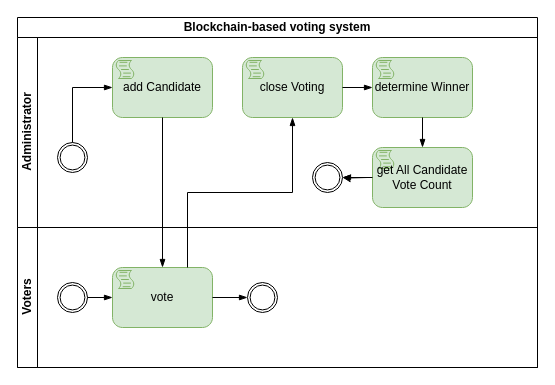
This is Blokchain-Based Voting.drawio from ariesharry/Diagrams, a draw.io file, before an edit. Source tidied: cells renumbered, new cells numbered last; positions are measured from the earlier drawing's top-left corner, leaving out a move shared by most shapes. Both pictures are drawn from the tidied source at 100%, with x=0, y=0 at pixel (17, 17).
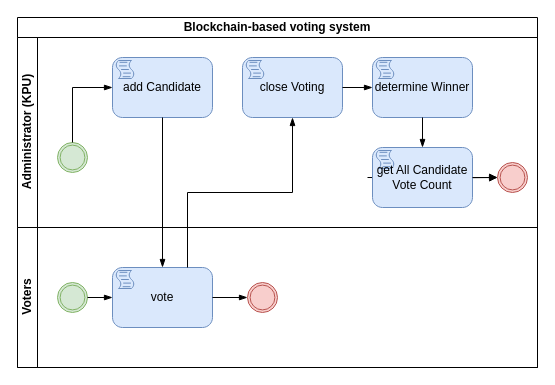
After the change.

Unchanged cells that the change refers to:
```xml
<mxCell id="2" value="Blockchain-based voting system" style="swimlane;html=1;horizontal=1;startSize=20;whiteSpace=wrap;" parent="1" vertex="1">
  <mxGeometry width="520" height="350" as="geometry" />
</mxCell>
<mxCell id="15" value="Voters" style="swimlane;html=1;startSize=20;horizontal=0;" parent="2" vertex="1">
  <mxGeometry y="210" width="520" height="140" as="geometry" />
</mxCell>
```

Diff of the diagram source:
```diff
@@
-    <mxCell id="3" value="Administrator" style="swimlane;html=1;startSize=20;horizontal=0;" parent="2" vertex="1">
+    <mxCell id="3" value="Administrator (KPU)" style="swimlane;html=1;startSize=20;horizontal=0;" parent="2" vertex="1">
       <mxGeometry y="20" width="520" height="190" as="geometry" />
     </mxCell>
-    <mxCell id="4" value="close Voting" style="points=[[0.25,0,0],[0.5,0,0],[0.75,0,0],[1,0.25,0],[1,0.5,0],[1,0.75,0],[0.75,1,0],[0.5,1,0],[0.25,1,0],[0,0.75,0],[0,0.5,0],[0,0.25,0]];shape=mxgraph.bpmn.task;whiteSpace=wrap;rectStyle=rounded;size=10;html=1;taskMarker=script;fillColor=#d5e8d4;strokeColor=#82b366;" parent="3" vertex="1">
+    <mxCell id="4" value="close Voting" style="points=[[0.25,0,0],[0.5,0,0],[0.75,0,0],[1,0.25,0],[1,0.5,0],[1,0.75,0],[0.75,1,0],[0.5,1,0],[0.25,1,0],[0,0.75,0],[0,0.5,0],[0,0.25,0]];shape=mxgraph.bpmn.task;whiteSpace=wrap;rectStyle=rounded;size=10;html=1;taskMarker=script;fillColor=#dae8fc;strokeColor=#6c8ebf;" parent="3" vertex="1">
       <mxGeometry x="225" y="20" width="100" height="60" as="geometry" />
     </mxCell>
-    <mxCell id="5" value="add Candidate" style="points=[[0.25,0,0],[0.5,0,0],[0.75,0,0],[1,0.25,0],[1,0.5,0],[1,0.75,0],[0.75,1,0],[0.5,1,0],[0.25,1,0],[0,0.75,0],[0,0.5,0],[0,0.25,0]];shape=mxgraph.bpmn.task;whiteSpace=wrap;rectStyle=rounded;size=10;html=1;taskMarker=script;fillColor=#d5e8d4;strokeColor=#82b366;" parent="3" vertex="1">
+    <mxCell id="5" value="add Candidate" style="points=[[0.25,0,0],[0.5,0,0],[0.75,0,0],[1,0.25,0],[1,0.5,0],[1,0.75,0],[0.75,1,0],[0.5,1,0],[0.25,1,0],[0,0.75,0],[0,0.5,0],[0,0.25,0]];shape=mxgraph.bpmn.task;whiteSpace=wrap;rectStyle=rounded;size=10;html=1;taskMarker=script;fillColor=#dae8fc;strokeColor=#6c8ebf;" parent="3" vertex="1">
       <mxGeometry x="95" y="20" width="100" height="60" as="geometry" />
     </mxCell>
-    <mxCell id="6" value="determine Winner" style="points=[[0.25,0,0],[0.5,0,0],[0.75,0,0],[1,0.25,0],[1,0.5,0],[1,0.75,0],[0.75,1,0],[0.5,1,0],[0.25,1,0],[0,0.75,0],[0,0.5,0],[0,0.25,0]];shape=mxgraph.bpmn.task;whiteSpace=wrap;rectStyle=rounded;size=10;html=1;taskMarker=script;fillColor=#d5e8d4;strokeColor=#82b366;" parent="3" vertex="1">
+    <mxCell id="6" value="determine Winner" style="points=[[0.25,0,0],[0.5,0,0],[0.75,0,0],[1,0.25,0],[1,0.5,0],[1,0.75,0],[0.75,1,0],[0.5,1,0],[0.25,1,0],[0,0.75,0],[0,0.5,0],[0,0.25,0]];shape=mxgraph.bpmn.task;whiteSpace=wrap;rectStyle=rounded;size=10;html=1;taskMarker=script;fillColor=#dae8fc;strokeColor=#6c8ebf;" parent="3" vertex="1">
       <mxGeometry x="355" y="20" width="100" height="60" as="geometry" />
     </mxCell>
@@
-    <mxCell id="8" value="get All Candidate Vote Count" style="points=[[0.25,0,0],[0.5,0,0],[0.75,0,0],[1,0.25,0],[1,0.5,0],[1,0.75,0],[0.75,1,0],[0.5,1,0],[0.25,1,0],[0,0.75,0],[0,0.5,0],[0,0.25,0]];shape=mxgraph.bpmn.task;rectStyle=rounded;size=10;html=1;taskMarker=script;fillColor=#d5e8d4;strokeColor=#82b366;whiteSpace=wrap;" parent="3" vertex="1">
+    <mxCell id="8" value="get All Candidate Vote Count" style="points=[[0.25,0,0],[0.5,0,0],[0.75,0,0],[1,0.25,0],[1,0.5,0],[1,0.75,0],[0.75,1,0],[0.5,1,0],[0.25,1,0],[0,0.75,0],[0,0.5,0],[0,0.25,0]];shape=mxgraph.bpmn.task;rectStyle=rounded;size=10;html=1;taskMarker=script;fillColor=#dae8fc;strokeColor=#6c8ebf;whiteSpace=wrap;" parent="3" vertex="1">
       <mxGeometry x="355" y="110" width="100" height="60" as="geometry" />
     </mxCell>
-    <mxCell id="9" style="points=[[0.145,0.145,0],[0.5,0,0],[0.855,0.145,0],[1,0.5,0],[0.855,0.855,0],[0.5,1,0],[0.145,0.855,0],[0,0.5,0]];shape=mxgraph.bpmn.event;html=1;verticalLabelPosition=bottom;labelBackgroundColor=#ffffff;verticalAlign=top;align=center;perimeter=ellipsePerimeter;outlineConnect=0;outline=throwing;symbol=general;" parent="3" vertex="1">
+    <mxCell id="9" style="points=[[0.145,0.145,0],[0.5,0,0],[0.855,0.145,0],[1,0.5,0],[0.855,0.855,0],[0.5,1,0],[0.145,0.855,0],[0,0.5,0]];shape=mxgraph.bpmn.event;html=1;verticalLabelPosition=bottom;labelBackgroundColor=#ffffff;verticalAlign=top;align=center;perimeter=ellipsePerimeter;outlineConnect=0;outline=throwing;symbol=general;fillColor=#d5e8d4;strokeColor=#82b366;" parent="3" vertex="1">
       <mxGeometry x="40" y="105" width="30" height="30" as="geometry" />
     </mxCell>
-    <mxCell id="10" style="points=[[0.145,0.145,0],[0.5,0,0],[0.855,0.145,0],[1,0.5,0],[0.855,0.855,0],[0.5,1,0],[0.145,0.855,0],[0,0.5,0]];shape=mxgraph.bpmn.event;html=1;verticalLabelPosition=bottom;labelBackgroundColor=#ffffff;verticalAlign=top;align=center;perimeter=ellipsePerimeter;outlineConnect=0;outline=throwing;symbol=general;" parent="3" vertex="1">
-      <mxGeometry x="295" y="125" width="30" height="30" as="geometry" />
+    <mxCell id="10" style="points=[[0.145,0.145,0],[0.5,0,0],[0.855,0.145,0],[1,0.5,0],[0.855,0.855,0],[0.5,1,0],[0.145,0.855,0],[0,0.5,0]];shape=mxgraph.bpmn.event;html=1;verticalLabelPosition=bottom;labelBackgroundColor=#ffffff;verticalAlign=top;align=center;perimeter=ellipsePerimeter;outlineConnect=0;outline=throwing;symbol=general;fillColor=#f8cecc;strokeColor=#b85450;" parent="3" vertex="1">
+      <mxGeometry x="480" y="125" width="30" height="30" as="geometry" />
     </mxCell>
@@
-    <mxCell id="14" style="edgeStyle=orthogonalEdgeStyle;fontSize=12;html=1;endArrow=blockThin;endFill=1;rounded=0;entryX=1;entryY=0.5;entryDx=0;entryDy=0;entryPerimeter=0;exitX=0;exitY=0.5;exitDx=0;exitDy=0;exitPerimeter=0;" parent="3" edge="1" source="8" target="10">
+    <mxCell id="14" style="edgeStyle=orthogonalEdgeStyle;fontSize=12;html=1;endArrow=blockThin;endFill=1;rounded=0;entryX=0;entryY=0.5;entryDx=0;entryDy=0;entryPerimeter=0;exitX=1;exitY=0.5;exitDx=0;exitDy=0;exitPerimeter=0;" parent="3" edge="1" source="8" target="10">
       <mxGeometry relative="1" as="geometry" />
     </mxCell>
@@
-    <mxCell id="16" value="vote" style="points=[[0.25,0,0],[0.5,0,0],[0.75,0,0],[1,0.25,0],[1,0.5,0],[1,0.75,0],[0.75,1,0],[0.5,1,0],[0.25,1,0],[0,0.75,0],[0,0.5,0],[0,0.25,0]];shape=mxgraph.bpmn.task;rectStyle=rounded;size=10;html=1;taskMarker=script;fillColor=#d5e8d4;strokeColor=#82b366;whiteSpace=wrap;" parent="15" vertex="1">
+    <mxCell id="16" value="vote" style="points=[[0.25,0,0],[0.5,0,0],[0.75,0,0],[1,0.25,0],[1,0.5,0],[1,0.75,0],[0.75,1,0],[0.5,1,0],[0.25,1,0],[0,0.75,0],[0,0.5,0],[0,0.25,0]];shape=mxgraph.bpmn.task;rectStyle=rounded;size=10;html=1;taskMarker=script;fillColor=#dae8fc;strokeColor=#6c8ebf;whiteSpace=wrap;" parent="15" vertex="1">
       <mxGeometry x="95" y="40" width="100" height="60" as="geometry" />
     </mxCell>
-    <mxCell id="17" style="points=[[0.145,0.145,0],[0.5,0,0],[0.855,0.145,0],[1,0.5,0],[0.855,0.855,0],[0.5,1,0],[0.145,0.855,0],[0,0.5,0]];shape=mxgraph.bpmn.event;html=1;verticalLabelPosition=bottom;labelBackgroundColor=#ffffff;verticalAlign=top;align=center;perimeter=ellipsePerimeter;outlineConnect=0;outline=throwing;symbol=general;" parent="15" vertex="1">
+    <mxCell id="17" style="points=[[0.145,0.145,0],[0.5,0,0],[0.855,0.145,0],[1,0.5,0],[0.855,0.855,0],[0.5,1,0],[0.145,0.855,0],[0,0.5,0]];shape=mxgraph.bpmn.event;html=1;verticalLabelPosition=bottom;labelBackgroundColor=#ffffff;verticalAlign=top;align=center;perimeter=ellipsePerimeter;outlineConnect=0;outline=throwing;symbol=general;fillColor=#d5e8d4;strokeColor=#82b366;" parent="15" vertex="1">
       <mxGeometry x="40" y="55" width="30" height="30" as="geometry" />
     </mxCell>
@@
-    <mxCell id="21" style="points=[[0.145,0.145,0],[0.5,0,0],[0.855,0.145,0],[1,0.5,0],[0.855,0.855,0],[0.5,1,0],[0.145,0.855,0],[0,0.5,0]];shape=mxgraph.bpmn.event;html=1;verticalLabelPosition=bottom;labelBackgroundColor=#ffffff;verticalAlign=top;align=center;perimeter=ellipsePerimeter;outlineConnect=0;outline=throwing;symbol=general;" parent="1" vertex="1">
+    <mxCell id="21" style="points=[[0.145,0.145,0],[0.5,0,0],[0.855,0.145,0],[1,0.5,0],[0.855,0.855,0],[0.5,1,0],[0.145,0.855,0],[0,0.5,0]];shape=mxgraph.bpmn.event;html=1;verticalLabelPosition=bottom;labelBackgroundColor=#ffffff;verticalAlign=top;align=center;perimeter=ellipsePerimeter;outlineConnect=0;outline=throwing;symbol=general;fillColor=#f8cecc;strokeColor=#b85450;" parent="1" vertex="1">
       <mxGeometry x="230" y="265" width="30" height="30" as="geometry" />
     </mxCell>
```
